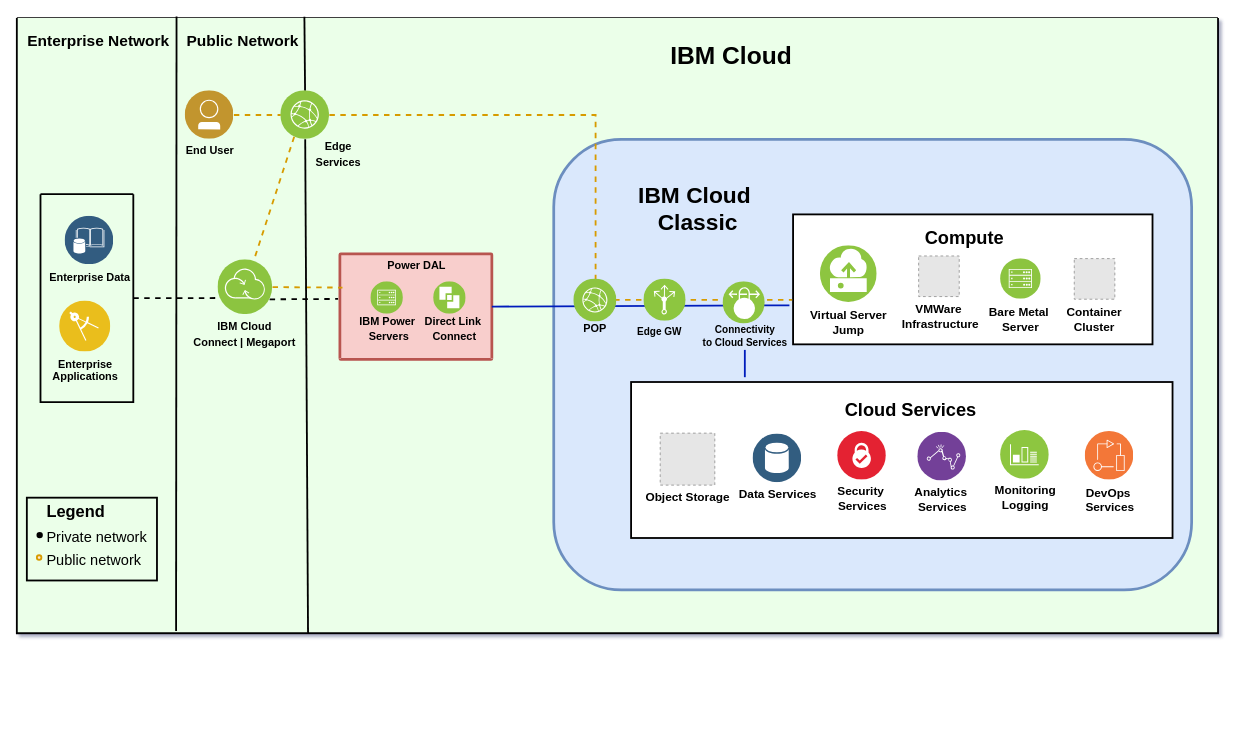
The draw.io diagram page "network-cloud-colo" (4 of 8) of diagrams/power-iaas-diagram-enhanced.drawio in ibm-cloud-docs/power-iaas, before the edit. Source tidied: cells renumbered, new cells numbered last; positions are measured from the earlier drawing's top-left corner, leaving out a move shared by most shapes. Both pictures are drawn from the tidied source at 91%, with x=0, y=0 at pixel (16, 16). Pictures stored in the file or linked from it are replaced by grey dashed boxes.
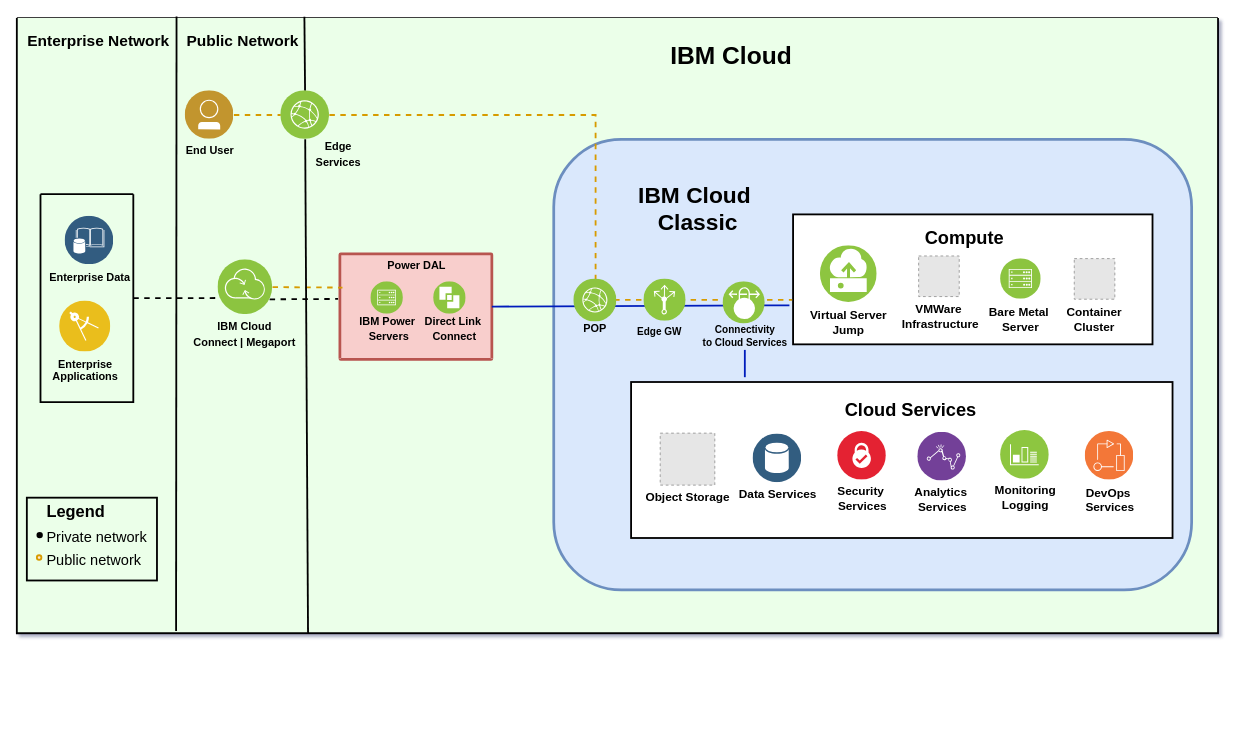
After the change.

Unchanged cells that the change refers to:
```xml
<mxCell id="46" value="IBM CLOUD&lt;br&gt;CONNECT &lt;br&gt;or MEGAPORT" style="perimeter=ellipsePerimeter;html=1;align=center;shadow=0;dashed=0;fontColor=none;labelBackgroundColor=#ffffff;fontSize=12;spacingTop=-4;image;image=img/lib/ibm/infrastructure/transformation_connectivity.svg;noLabel=1;" parent="4" vertex="1">
  <mxGeometry x="221" y="265.6" width="60" height="60" as="geometry" />
</mxCell>
```

The edit, as a diff of the source:
```diff
@@
-    <mxCell id="70" parent="0" />
-    <mxCell id="71" style="edgeStyle=none;rounded=0;jettySize=auto;html=1;exitX=0.25;exitY=1;exitDx=0;exitDy=0;startArrow=none;startFill=0;endArrow=none;endFill=0;strokeColor=#d79b00;strokeWidth=2;fontSize=14;fontColor=none;dashed=1;fillColor=#ffe6cc;" parent="70" edge="1" source="72" target="46">
-      <mxGeometry relative="1" as="geometry" />
-    </mxCell>
-    <mxCell id="72" value="&lt;div&gt;Edge Services&lt;/div&gt;" style="perimeter=ellipsePerimeter;align=center;shadow=0;dashed=0;image;image=img/lib/ibm/infrastructure/edge_services.svg;labelBackgroundColor=none;strokeColor=#666666;strokeWidth=2;fillColor=#C2952D;gradientColor=none;fontSize=12;fontColor=none;spacingTop=3;html=1;fontStyle=1;noLabel=1;" parent="70" vertex="1">
+    <mxCell id="72" value="&lt;div&gt;Edge Services&lt;/div&gt;" style="perimeter=ellipsePerimeter;align=center;shadow=0;dashed=0;image;image=img/lib/ibm/infrastructure/edge_services.svg;labelBackgroundColor=none;strokeColor=#666666;strokeWidth=2;fillColor=#C2952D;gradientColor=none;fontSize=12;fontColor=none;spacingTop=3;html=1;fontStyle=1;noLabel=1;" parent="66" vertex="1">
       <mxGeometry x="290" y="81.1" width="53.5" height="53.5" as="geometry" />
     </mxCell>
```
